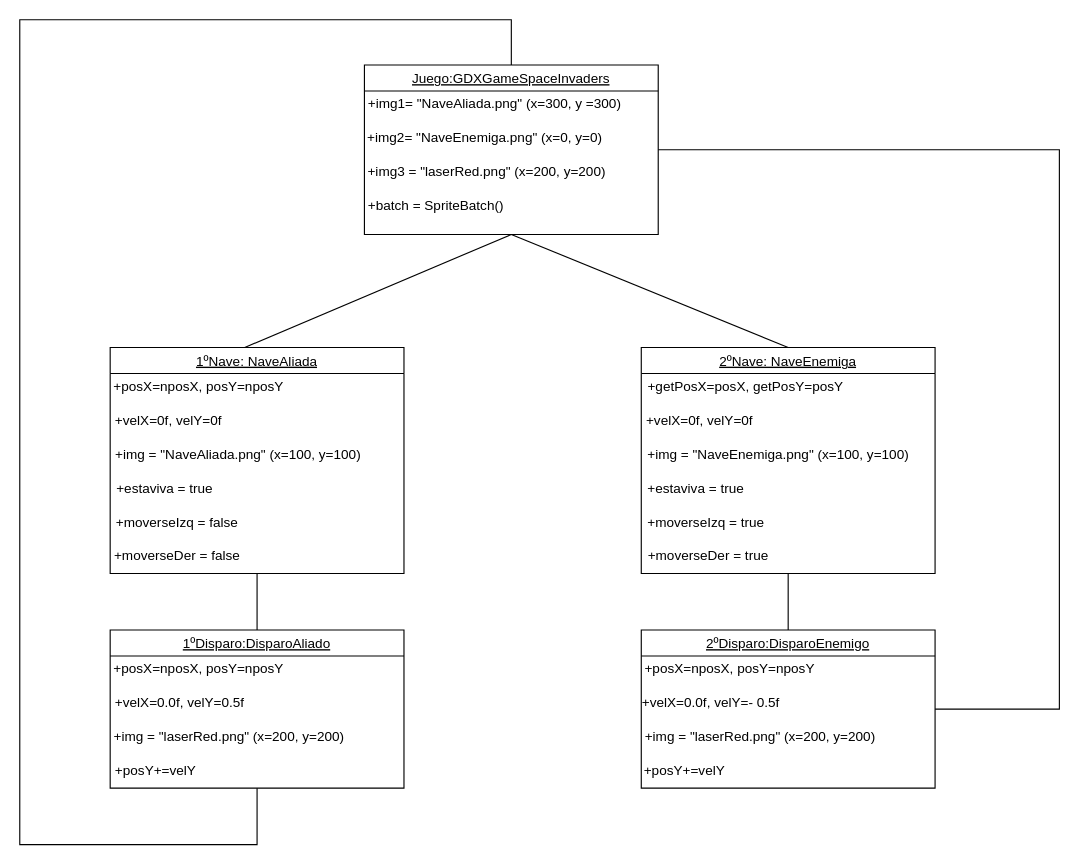
Above: Diagramas/DiagramaObjetosSpaceInvaders.drawio in FranBuenoBerlanga/SpaceInvadersSCRUM (draw.io), before the change. Source tidied: cells renumbered, new cells numbered last; positions are measured from the earlier drawing's top-left corner, leaving out a move shared by most shapes. Both pictures are drawn from the tidied source at 113%, with x=0, y=0 at pixel (19, 19).
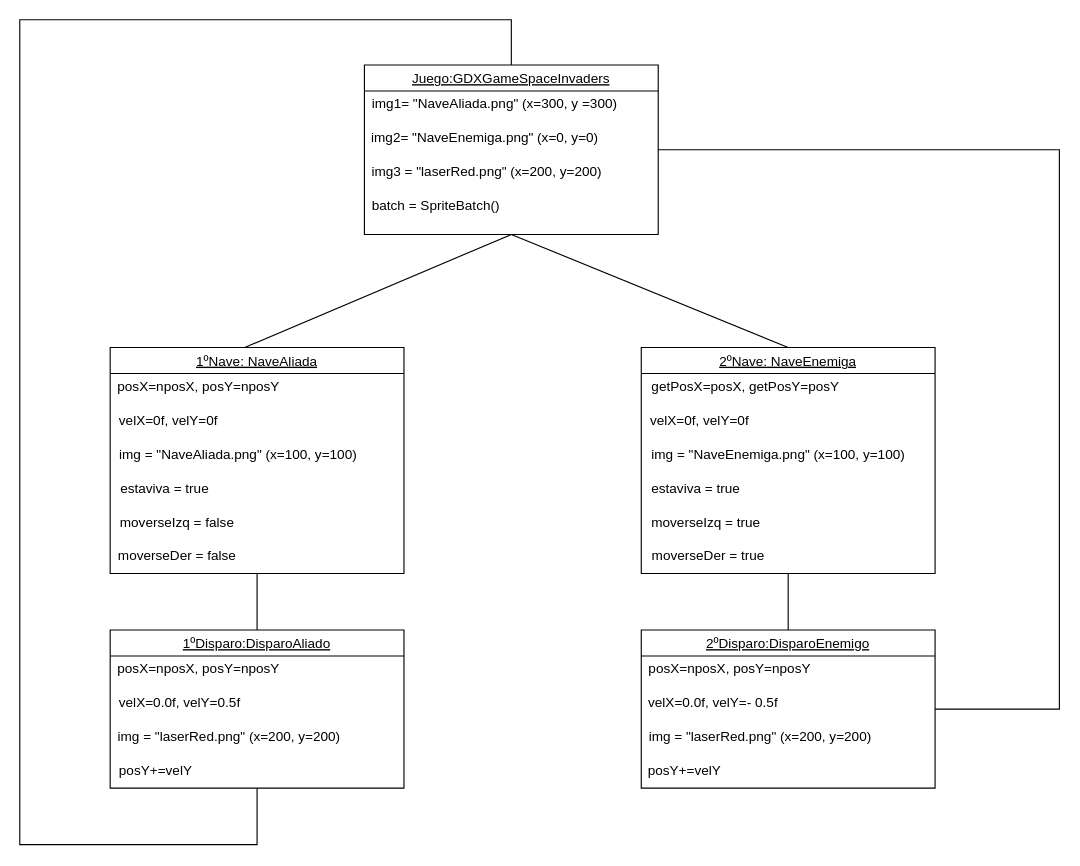
Above is the later version.

Commit message (it also covers changes not shown here):
Diagramas de Clases y de Objetos de SpaceInvaders corregidos

The change refers to these unchanged cells:
```xml
<mxCell id="2" value="Juego:GDXGameSpaceInvaders" style="swimlane;fontStyle=4;" parent="1" vertex="1">
  <mxGeometry x="305" y="40" width="260" height="150" as="geometry" />
</mxCell>
<mxCell id="7" value="1ºDisparo:DisparoAliado" style="swimlane;fontStyle=4;" parent="1" vertex="1">
  <mxGeometry x="80" y="540" width="260" height="140" as="geometry" />
</mxCell>
<mxCell id="12" value="2ºDisparo:DisparoEnemigo" style="swimlane;fontStyle=4;" parent="1" vertex="1">
  <mxGeometry x="550" y="540" width="260" height="140" as="geometry" />
</mxCell>
<mxCell id="17" value="1ºNave: NaveAliada" style="swimlane;fontStyle=4;" parent="1" vertex="1">
  <mxGeometry x="80" y="290" width="260" height="200" as="geometry" />
</mxCell>
<mxCell id="24" value="2ºNave: NaveEnemiga" style="swimlane;fontStyle=4;" parent="1" vertex="1">
  <mxGeometry x="550" y="290" width="260" height="200" as="geometry" />
</mxCell>
```

Change to the diagram source:
```diff
@@
-    <mxCell id="3" value="+img1= &quot;NaveAliada.png&quot; (x=300, y =300)" style="text;html=1;align=center;verticalAlign=middle;strokeColor=none;fillColor=none;" parent="2" vertex="1">
-      <mxGeometry x="-10" y="20" width="250" height="30" as="geometry" />
+    <mxCell id="3" value="img1= &quot;NaveAliada.png&quot; (x=300, y =300)" style="text;html=1;align=center;verticalAlign=middle;strokeColor=none;fillColor=none;" parent="2" vertex="1">
+      <mxGeometry x="-5" y="20" width="240" height="30" as="geometry" />
     </mxCell>
-    <mxCell id="4" value="+img2= &quot;NaveEnemiga.png&quot; (x=0, y=0)&amp;nbsp;" style="text;html=1;align=center;verticalAlign=middle;strokeColor=none;fillColor=none;" parent="2" vertex="1">
+    <mxCell id="4" value="img2= &quot;NaveEnemiga.png&quot; (x=0, y=0)&amp;nbsp;" style="text;html=1;align=center;verticalAlign=middle;strokeColor=none;fillColor=none;" parent="2" vertex="1">
       <mxGeometry x="-7" y="50" width="230" height="30" as="geometry" />
     </mxCell>
-    <mxCell id="5" value="+img3 = &quot;laserRed.png&quot; (x=200, y=200)" style="text;html=1;align=center;verticalAlign=middle;strokeColor=none;fillColor=none;" parent="2" vertex="1">
+    <mxCell id="5" value="img3 = &quot;laserRed.png&quot; (x=200, y=200)" style="text;html=1;align=center;verticalAlign=middle;strokeColor=none;fillColor=none;" parent="2" vertex="1">
       <mxGeometry x="-7" y="80" width="230" height="30" as="geometry" />
     </mxCell>
-    <mxCell id="6" value="+batch = SpriteBatch()" style="text;html=1;align=center;verticalAlign=middle;strokeColor=none;fillColor=none;" parent="2" vertex="1">
+    <mxCell id="6" value="batch = SpriteBatch()" style="text;html=1;align=center;verticalAlign=middle;strokeColor=none;fillColor=none;" parent="2" vertex="1">
       <mxGeometry x="-7" y="110" width="140" height="30" as="geometry" />
     </mxCell>
@@
-    <mxCell id="8" value="+posX=nposX, posY=nposY" style="text;html=1;align=center;verticalAlign=middle;strokeColor=none;fillColor=none;" parent="7" vertex="1">
+    <mxCell id="8" value="posX=nposX, posY=nposY" style="text;html=1;align=center;verticalAlign=middle;strokeColor=none;fillColor=none;" parent="7" vertex="1">
       <mxGeometry x="-7" y="20" width="170" height="30" as="geometry" />
     </mxCell>
-    <mxCell id="9" value="+velX=0.0f, velY=0.5f&amp;nbsp;" style="text;html=1;align=center;verticalAlign=middle;strokeColor=none;fillColor=none;" parent="7" vertex="1">
-      <mxGeometry x="-7" y="50" width="140" height="30" as="geometry" />
+    <mxCell id="9" value="velX=0.0f, velY=0.5f&amp;nbsp;" style="text;html=1;align=center;verticalAlign=middle;strokeColor=none;fillColor=none;" parent="7" vertex="1">
+      <mxGeometry x="-2" y="50" width="130" height="30" as="geometry" />
     </mxCell>
-    <mxCell id="10" value="+img = &quot;laserRed.png&quot; (x=200, y=200)" style="text;html=1;align=center;verticalAlign=middle;strokeColor=none;fillColor=none;" parent="7" vertex="1">
-      <mxGeometry x="-10" y="80" width="230" height="30" as="geometry" />
+    <mxCell id="10" value="img = &quot;laserRed.png&quot; (x=200, y=200)" style="text;html=1;align=center;verticalAlign=middle;strokeColor=none;fillColor=none;" parent="7" vertex="1">
+      <mxGeometry x="-5" y="80" width="220" height="30" as="geometry" />
     </mxCell>
-    <mxCell id="11" value="+posY+=velY" style="text;html=1;align=center;verticalAlign=middle;strokeColor=none;fillColor=none;" parent="7" vertex="1">
-      <mxGeometry x="-10" y="110" width="100" height="30" as="geometry" />
+    <mxCell id="11" value="posY+=velY" style="text;html=1;align=center;verticalAlign=middle;strokeColor=none;fillColor=none;" parent="7" vertex="1">
+      <mxGeometry x="-5" y="110" width="90" height="30" as="geometry" />
     </mxCell>
@@
-    <mxCell id="13" value="+posX=nposX, posY=nposY" style="text;html=1;align=center;verticalAlign=middle;strokeColor=none;fillColor=none;" parent="12" vertex="1">
+    <mxCell id="13" value="posX=nposX, posY=nposY" style="text;html=1;align=center;verticalAlign=middle;strokeColor=none;fillColor=none;" parent="12" vertex="1">
       <mxGeometry x="-7" y="20" width="170" height="30" as="geometry" />
     </mxCell>
-    <mxCell id="14" value="+velX=0.0f, velY=- 0.5f&amp;nbsp;" style="text;html=1;align=center;verticalAlign=middle;strokeColor=none;fillColor=none;" parent="12" vertex="1">
-      <mxGeometry x="-12" y="50" width="150" height="30" as="geometry" />
+    <mxCell id="14" value="velX=0.0f, velY=- 0.5f&amp;nbsp;" style="text;html=1;align=center;verticalAlign=middle;strokeColor=none;fillColor=none;" parent="12" vertex="1">
+      <mxGeometry x="-5" y="50" width="140" height="30" as="geometry" />
     </mxCell>
-    <mxCell id="15" value="+img = &quot;laserRed.png&quot; (x=200, y=200)" style="text;html=1;align=center;verticalAlign=middle;strokeColor=none;fillColor=none;" parent="12" vertex="1">
-      <mxGeometry x="-10" y="80" width="230" height="30" as="geometry" />
+    <mxCell id="15" value="img = &quot;laserRed.png&quot; (x=200, y=200)" style="text;html=1;align=center;verticalAlign=middle;strokeColor=none;fillColor=none;" parent="12" vertex="1">
+      <mxGeometry x="-5" y="80" width="220" height="30" as="geometry" />
     </mxCell>
-    <mxCell id="16" value="+posY+=velY" style="text;html=1;align=center;verticalAlign=middle;strokeColor=none;fillColor=none;" parent="12" vertex="1">
-      <mxGeometry x="-12" y="110" width="100" height="30" as="geometry" />
+    <mxCell id="16" value="posY+=velY" style="text;html=1;align=center;verticalAlign=middle;strokeColor=none;fillColor=none;" parent="12" vertex="1">
+      <mxGeometry x="-7" y="110" width="90" height="30" as="geometry" />
     </mxCell>
@@
-    <mxCell id="18" value="+posX=nposX, posY=nposY" style="text;html=1;align=center;verticalAlign=middle;strokeColor=none;fillColor=none;" parent="17" vertex="1">
+    <mxCell id="18" value="posX=nposX, posY=nposY" style="text;html=1;align=center;verticalAlign=middle;strokeColor=none;fillColor=none;" parent="17" vertex="1">
       <mxGeometry x="-7" y="20" width="170" height="30" as="geometry" />
     </mxCell>
-    <mxCell id="19" value="+velX=0f, velY=0f&amp;nbsp;" style="text;html=1;align=center;verticalAlign=middle;strokeColor=none;fillColor=none;" parent="17" vertex="1">
-      <mxGeometry x="-7" y="50" width="120" height="30" as="geometry" />
+    <mxCell id="19" value="velX=0f, velY=0f&amp;nbsp;" style="text;html=1;align=center;verticalAlign=middle;strokeColor=none;fillColor=none;" parent="17" vertex="1">
+      <mxGeometry x="-2" y="50" width="110" height="30" as="geometry" />
     </mxCell>
-    <mxCell id="20" value="+img = &quot;NaveAliada.png&quot; (x=100, y=100)" style="text;html=1;align=center;verticalAlign=middle;strokeColor=none;fillColor=none;" parent="17" vertex="1">
-      <mxGeometry x="-7" y="80" width="240" height="30" as="geometry" />
+    <mxCell id="20" value="img = &quot;NaveAliada.png&quot; (x=100, y=100)" style="text;html=1;align=center;verticalAlign=middle;strokeColor=none;fillColor=none;" parent="17" vertex="1">
+      <mxGeometry x="-2" y="80" width="230" height="30" as="geometry" />
     </mxCell>
-    <mxCell id="21" value="+estaviva = true" style="text;html=1;align=center;verticalAlign=middle;strokeColor=none;fillColor=none;" parent="17" vertex="1">
-      <mxGeometry x="-7" y="110" width="110" height="30" as="geometry" />
+    <mxCell id="21" value="estaviva = true" style="text;html=1;align=center;verticalAlign=middle;strokeColor=none;fillColor=none;" parent="17" vertex="1">
+      <mxGeometry x="-2" y="110" width="100" height="30" as="geometry" />
     </mxCell>
-    <mxCell id="22" value="+moverseIzq = false" style="text;html=1;align=center;verticalAlign=middle;strokeColor=none;fillColor=none;" parent="17" vertex="1">
-      <mxGeometry x="-6" y="140" width="130" height="30" as="geometry" />
+    <mxCell id="22" value="moverseIzq = false" style="text;html=1;align=center;verticalAlign=middle;strokeColor=none;fillColor=none;" parent="17" vertex="1">
+      <mxGeometry x="-1" y="140" width="120" height="30" as="geometry" />
     </mxCell>
-    <mxCell id="23" value="+moverseDer = false" style="text;html=1;align=center;verticalAlign=middle;strokeColor=none;fillColor=none;" parent="17" vertex="1">
+    <mxCell id="23" value="moverseDer = false" style="text;html=1;align=center;verticalAlign=middle;strokeColor=none;fillColor=none;" parent="17" vertex="1">
       <mxGeometry x="-6" y="170" width="130" height="30" as="geometry" />
     </mxCell>
@@
-    <mxCell id="25" value="+getPosX=posX, getPosY=posY" style="text;html=1;align=center;verticalAlign=middle;strokeColor=none;fillColor=none;" parent="24" vertex="1">
-      <mxGeometry x="-8" y="20" width="200" height="30" as="geometry" />
+    <mxCell id="25" value="getPosX=posX, getPosY=posY" style="text;html=1;align=center;verticalAlign=middle;strokeColor=none;fillColor=none;" parent="24" vertex="1">
+      <mxGeometry x="-3" y="20" width="190" height="30" as="geometry" />
     </mxCell>
-    <mxCell id="26" value="+velX=0f, velY=0f&amp;nbsp;" style="text;html=1;align=center;verticalAlign=middle;strokeColor=none;fillColor=none;" parent="24" vertex="1">
-      <mxGeometry x="-7" y="50" width="120" height="30" as="geometry" />
+    <mxCell id="26" value="velX=0f, velY=0f&amp;nbsp;" style="text;html=1;align=center;verticalAlign=middle;strokeColor=none;fillColor=none;" parent="24" vertex="1">
+      <mxGeometry x="-2" y="50" width="110" height="30" as="geometry" />
     </mxCell>
-    <mxCell id="27" value="+img = &quot;NaveEnemiga.png&quot; (x=100, y=100)" style="text;html=1;align=center;verticalAlign=middle;strokeColor=none;fillColor=none;" parent="24" vertex="1">
+    <mxCell id="27" value="img = &quot;NaveEnemiga.png&quot; (x=100, y=100)" style="text;html=1;align=center;verticalAlign=middle;strokeColor=none;fillColor=none;" parent="24" vertex="1">
       <mxGeometry x="-4" y="80" width="250" height="30" as="geometry" />
     </mxCell>
-    <mxCell id="28" value="+estaviva = true" style="text;html=1;align=center;verticalAlign=middle;strokeColor=none;fillColor=none;" parent="24" vertex="1">
-      <mxGeometry x="-7" y="110" width="110" height="30" as="geometry" />
+    <mxCell id="28" value="estaviva = true" style="text;html=1;align=center;verticalAlign=middle;strokeColor=none;fillColor=none;" parent="24" vertex="1">
+      <mxGeometry x="-2" y="110" width="100" height="30" as="geometry" />
     </mxCell>
-    <mxCell id="29" value="+moverseIzq = true" style="text;html=1;align=center;verticalAlign=middle;strokeColor=none;fillColor=none;" parent="24" vertex="1">
-      <mxGeometry x="-8" y="140" width="130" height="30" as="geometry" />
+    <mxCell id="29" value="moverseIzq = true" style="text;html=1;align=center;verticalAlign=middle;strokeColor=none;fillColor=none;" parent="24" vertex="1">
+      <mxGeometry x="-3" y="140" width="120" height="30" as="geometry" />
     </mxCell>
-    <mxCell id="30" value="+moverseDer = true" style="text;html=1;align=center;verticalAlign=middle;strokeColor=none;fillColor=none;" parent="24" vertex="1">
-      <mxGeometry x="-6" y="170" width="130" height="30" as="geometry" />
+    <mxCell id="30" value="moverseDer = true" style="text;html=1;align=center;verticalAlign=middle;strokeColor=none;fillColor=none;" parent="24" vertex="1">
+      <mxGeometry x="-1" y="170" width="120" height="30" as="geometry" />
     </mxCell>
```
